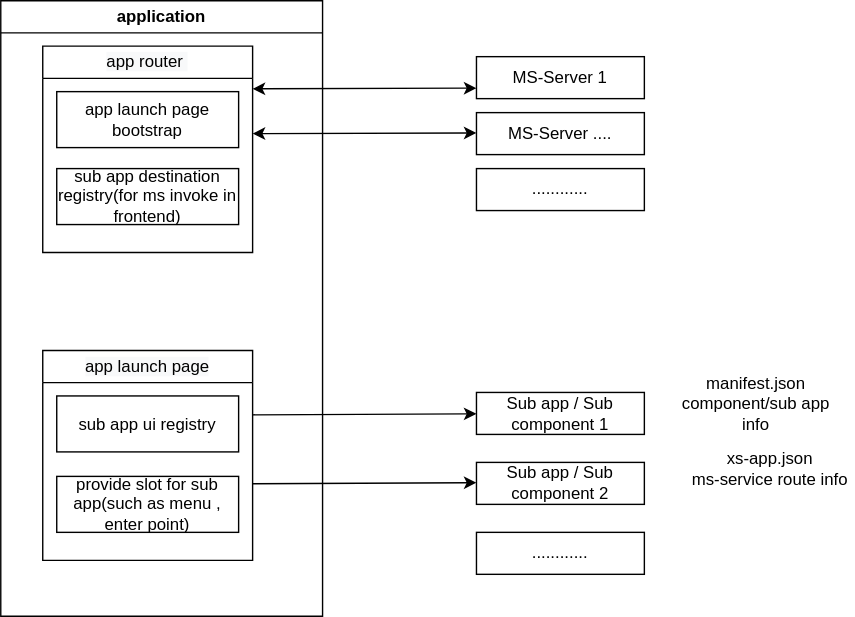
Earlier version of the draw.io export FrontendPluginable.svg (road1987/notes). Source tidied: cells renumbered, new cells last; positions are measured from the earlier drawing's top-left corner, leaving out a move shared by most shapes. The source it was exported from:
```xml
<mxGraphModel>
  <root>
    <mxCell id="0" />
    <mxCell id="1" parent="0" />
    <mxCell id="2" value="application" style="swimlane;html=1;fillColor=#ffffff;whiteSpace=wrap;" parent="1" vertex="1">
      <mxGeometry width="230" height="440" as="geometry" />
    </mxCell>
    <mxCell id="3" value="&lt;meta charset=&quot;utf-8&quot;&gt;&lt;span style=&quot;color: rgb(0, 0, 0); font-family: helvetica; font-size: 12px; font-style: normal; font-weight: 400; letter-spacing: normal; text-align: center; text-indent: 0px; text-transform: none; word-spacing: 0px; background-color: rgb(248, 249, 250); display: inline; float: none;&quot;&gt;app router&amp;nbsp;&lt;/span&gt;" style="swimlane;html=1;fillColor=#ffffff;whiteSpace=wrap;" parent="2" vertex="1">
      <mxGeometry x="30" y="32.5" width="150" height="147.5" as="geometry" />
    </mxCell>
    <mxCell id="4" value="app launch page bootstrap" style="whiteSpace=wrap;html=1;" parent="3" vertex="1">
      <mxGeometry x="10" y="32.5" width="130" height="40" as="geometry" />
    </mxCell>
    <mxCell id="5" value="sub app destination registry(for ms invoke in frontend)" style="whiteSpace=wrap;html=1;" parent="3" vertex="1">
      <mxGeometry x="10" y="87.5" width="130" height="40" as="geometry" />
    </mxCell>
    <mxCell id="6" value="&lt;span style=&quot;color: rgb(0 , 0 , 0) ; font-family: &amp;#34;helvetica&amp;#34; ; font-size: 12px ; font-style: normal ; font-weight: 400 ; letter-spacing: normal ; text-align: center ; text-indent: 0px ; text-transform: none ; word-spacing: 0px ; background-color: rgb(248 , 249 , 250) ; display: inline ; float: none&quot;&gt;app launch page&lt;/span&gt;" style="swimlane;html=1;fillColor=#ffffff;whiteSpace=wrap;" parent="2" vertex="1">
      <mxGeometry x="30" y="250" width="150" height="150" as="geometry" />
    </mxCell>
    <mxCell id="7" value="sub app ui registry" style="whiteSpace=wrap;html=1;" parent="6" vertex="1">
      <mxGeometry x="10" y="32.5" width="130" height="40" as="geometry" />
    </mxCell>
    <mxCell id="8" value="provide slot for sub app(such as menu , enter point)" style="whiteSpace=wrap;html=1;" parent="6" vertex="1">
      <mxGeometry x="10" y="90" width="130" height="40" as="geometry" />
    </mxCell>
    <mxCell id="9" value="MS-Server 1" style="rounded=0;whiteSpace=wrap;html=1;" parent="1" vertex="1">
      <mxGeometry x="340" y="40" width="120" height="30" as="geometry" />
    </mxCell>
    <mxCell id="10" style="endArrow=classic;startArrow=classic;html=1;entryX=0;entryY=0.75;entryDx=0;entryDy=0;" parent="1" edge="1" target="9">
      <mxGeometry relative="1" as="geometry">
        <mxPoint x="180" y="63" as="sourcePoint" />
      </mxGeometry>
    </mxCell>
    <mxCell id="11" value="MS-Server ...." style="rounded=0;whiteSpace=wrap;html=1;" parent="1" vertex="1">
      <mxGeometry x="340" y="80" width="120" height="30" as="geometry" />
    </mxCell>
    <mxCell id="12" style="endArrow=classic;startArrow=classic;html=1;entryX=0;entryY=0.75;entryDx=0;entryDy=0;" parent="1" edge="1">
      <mxGeometry relative="1" as="geometry">
        <mxPoint x="180" y="95" as="sourcePoint" />
        <mxPoint x="340" y="94.5" as="targetPoint" />
      </mxGeometry>
    </mxCell>
    <mxCell id="13" value="Sub app / Sub component 1" style="rounded=0;whiteSpace=wrap;html=1;" parent="1" vertex="1">
      <mxGeometry x="340" y="280" width="120" height="30" as="geometry" />
    </mxCell>
    <mxCell id="14" value="Sub app / Sub component 2" style="rounded=0;whiteSpace=wrap;html=1;" parent="1" vertex="1">
      <mxGeometry x="340" y="330" width="120" height="30" as="geometry" />
    </mxCell>
    <mxCell id="15" style="endArrow=classic;html=1;" parent="1" edge="1" target="13">
      <mxGeometry relative="1" as="geometry">
        <mxPoint x="180" y="296" as="sourcePoint" />
      </mxGeometry>
    </mxCell>
    <mxCell id="16" value="............" style="rounded=0;whiteSpace=wrap;html=1;" parent="1" vertex="1">
      <mxGeometry x="340" y="380" width="120" height="30" as="geometry" />
    </mxCell>
    <mxCell id="17" style="endArrow=classic;html=1;" parent="1" edge="1">
      <mxGeometry relative="1" as="geometry">
        <mxPoint x="180" y="345.2" as="sourcePoint" />
        <mxPoint x="340" y="344.5" as="targetPoint" />
      </mxGeometry>
    </mxCell>
    <mxCell id="18" value="............" style="rounded=0;whiteSpace=wrap;html=1;" parent="1" vertex="1">
      <mxGeometry x="340" y="120" width="120" height="30" as="geometry" />
    </mxCell>
    <mxCell id="19" value="manifest.json component/sub app info&lt;br&gt;&amp;nbsp;&amp;nbsp;" style="text;html=1;strokeColor=none;fillColor=none;align=center;verticalAlign=middle;whiteSpace=wrap;rounded=0;" parent="1" vertex="1">
      <mxGeometry x="480" y="280" width="120" height="30" as="geometry" />
    </mxCell>
    <mxCell id="20" value="xs-app.json&lt;br&gt;ms-service route info" style="text;html=1;strokeColor=none;fillColor=none;align=center;verticalAlign=middle;whiteSpace=wrap;rounded=0;" parent="1" vertex="1">
      <mxGeometry x="490" y="320" width="120" height="30" as="geometry" />
    </mxCell>
  </root>
</mxGraphModel>
```
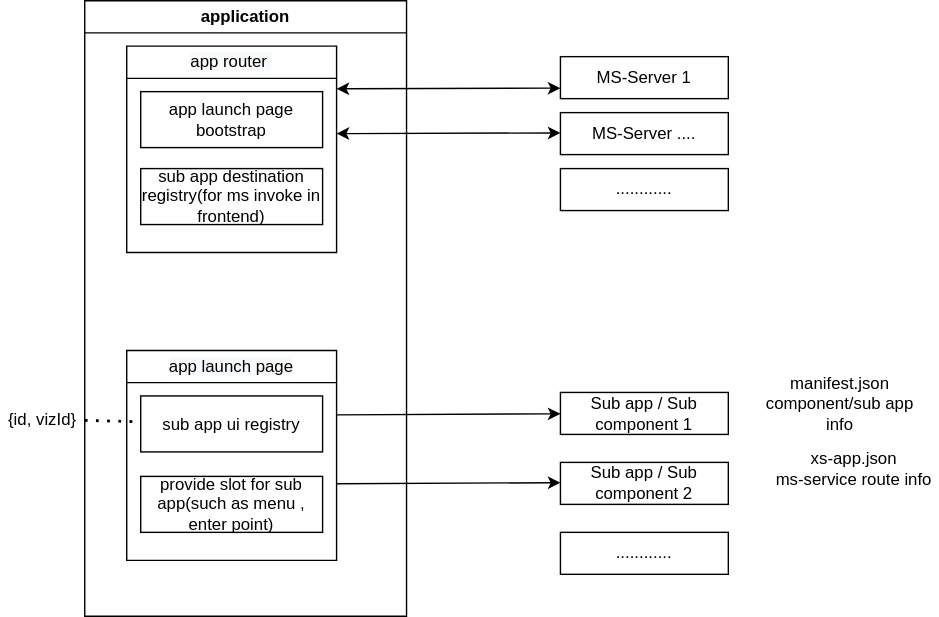
After the commit.

Diff of the diagram source:
```diff
@@ -69,5 +69,11 @@
     <mxCell id="20" value="xs-app.json&lt;br&gt;ms-service route info" style="text;html=1;strokeColor=none;fillColor=none;align=center;verticalAlign=middle;whiteSpace=wrap;rounded=0;" parent="1" vertex="1">
       <mxGeometry x="490" y="320" width="120" height="30" as="geometry" />
     </mxCell>
+    <mxCell id="21" value="{id, vizId}" style="text;html=1;strokeColor=none;fillColor=none;align=center;verticalAlign=middle;whiteSpace=wrap;rounded=0;" parent="1" vertex="1">
+      <mxGeometry x="-60" y="290" width="60" height="20" as="geometry" />
+    </mxCell>
+    <mxCell id="22" style="endArrow=none;dashed=1;html=1;dashPattern=1 3;strokeWidth=2;exitX=1;exitY=0.5;exitDx=0;exitDy=0;" parent="1" edge="1" source="21" target="7">
+      <mxGeometry relative="1" as="geometry" />
+    </mxCell>
   </root>
 </mxGraphModel>
```
